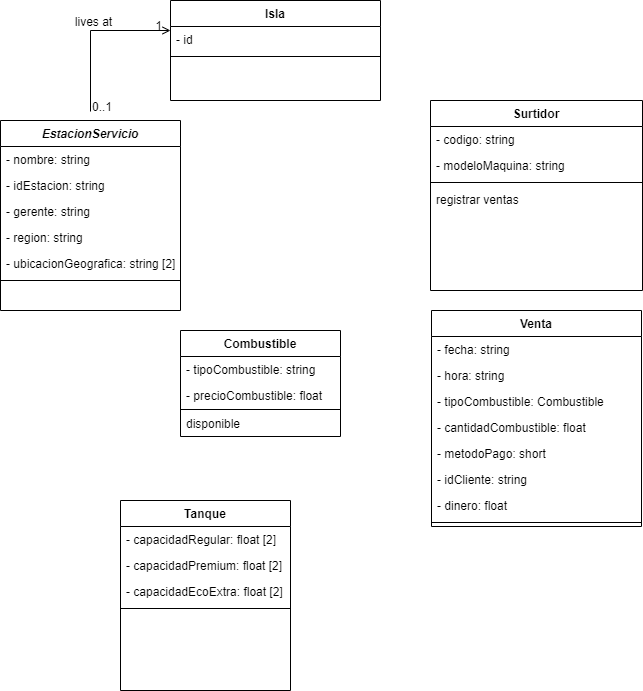
luisca990/Informatica_II_Desaf_II keeps this draw.io diagram as Documentacion/DiagramaClases.png. Above is the earlier version. Source tidied: cells renumbered, new cells last; positions are measured from the earlier drawing's top-left corner, leaving out a move shared by most shapes.
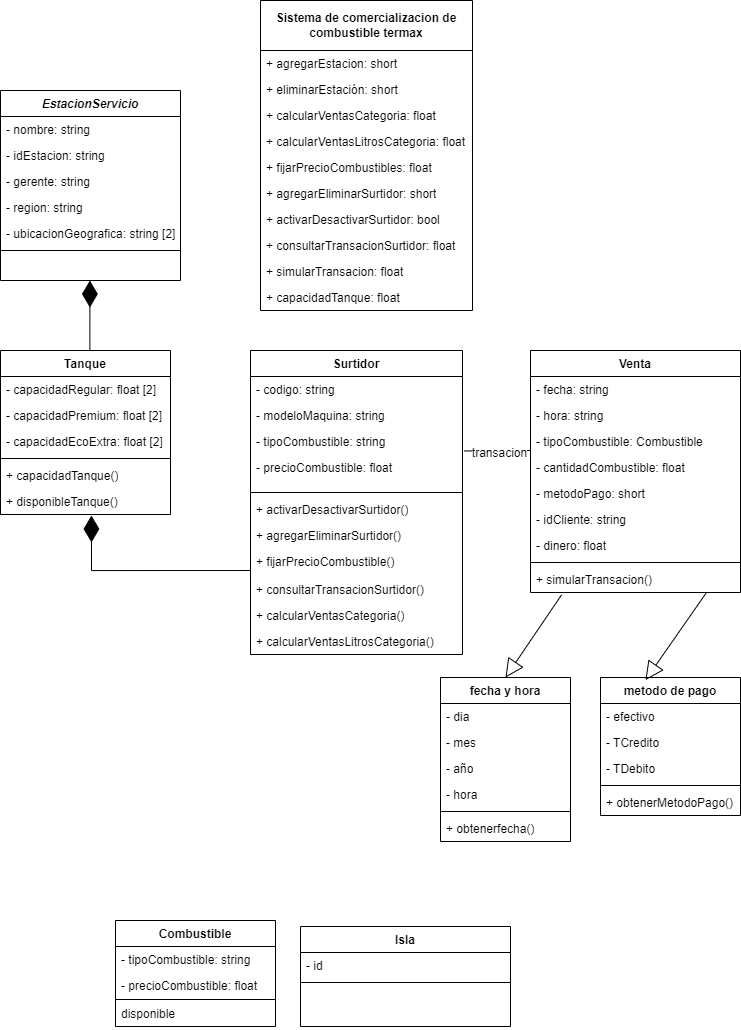
After the commit.

Commit message:
actualizacion al diagrama de clases inicial

What changed in the source:
```diff
@@ -3,7 +3,7 @@
     <mxCell id="0" />
     <mxCell id="1" parent="0" />
     <mxCell id="2" value="EstacionServicio" style="swimlane;fontStyle=3;align=center;verticalAlign=top;horizontal=1;startSize=26;rounded=0;shadow=0;strokeWidth=1;" parent="1" vertex="1">
-      <mxGeometry y="120" width="180" height="190" as="geometry" />
+      <mxGeometry x="-150" y="110" width="180" height="190" as="geometry" />
     </mxCell>
     <mxCell id="3" value="- nombre: string" style="text;align=left;verticalAlign=top;spacingLeft=4;spacingRight=4;overflow=hidden;" parent="2" vertex="1">
       <mxGeometry y="26" width="180" height="26" as="geometry" />
@@ -24,7 +24,7 @@
       <mxGeometry y="156" width="180" height="8" as="geometry" />
     </mxCell>
     <mxCell id="9" value="Tanque" style="swimlane;fontStyle=1;align=center;verticalAlign=top;horizontal=1;startSize=26;rounded=0;shadow=0;strokeWidth=1;" parent="1" vertex="1">
-      <mxGeometry x="120" y="500" width="170" height="190" as="geometry" />
+      <mxGeometry x="-150" y="370" width="170" height="164" as="geometry" />
     </mxCell>
     <mxCell id="10" value="- capacidadRegular: float [2]" style="text;align=left;verticalAlign=top;spacingLeft=4;spacingRight=4;overflow=hidden;rounded=0;shadow=0;html=0;" parent="9" vertex="1">
       <mxGeometry y="26" width="170" height="26" as="geometry" />
@@ -38,8 +38,14 @@
     <mxCell id="13" style="line;html=1;strokeWidth=1;align=left;verticalAlign=middle;spacingTop=-1;spacingLeft=3;spacingRight=3;labelPosition=right;" parent="9" vertex="1">
       <mxGeometry y="104" width="170" height="8" as="geometry" />
     </mxCell>
+    <mxCell id="40" value="+ capacidadTanque()" style="text;strokeColor=none;fillColor=none;align=left;verticalAlign=top;spacingLeft=4;spacingRight=4;overflow=hidden;whiteSpace=wrap;html=1;" parent="9" vertex="1">
+      <mxGeometry y="112" width="170" height="26" as="geometry" />
+    </mxCell>
+    <mxCell id="41" value="+ disponibleTanque()" style="text;strokeColor=none;fillColor=none;align=left;verticalAlign=top;spacingLeft=4;spacingRight=4;overflow=hidden;points=[[0,0.5],[1,0.5]];portConstraint=eastwest;whiteSpace=wrap;html=1;" parent="9" vertex="1">
+      <mxGeometry y="138" width="170" height="26" as="geometry" />
+    </mxCell>
     <mxCell id="14" value="Combustible" style="swimlane;fontStyle=1;align=center;verticalAlign=top;horizontal=1;startSize=26;rounded=0;shadow=0;strokeWidth=1;" parent="1" vertex="1">
-      <mxGeometry x="180" y="330" width="160" height="106" as="geometry" />
+      <mxGeometry x="-35" y="940" width="160" height="106" as="geometry" />
     </mxCell>
     <mxCell id="15" value="- tipoCombustible: string" style="text;align=left;verticalAlign=top;spacingLeft=4;spacingRight=4;overflow=hidden;" parent="14" vertex="1">
       <mxGeometry y="26" width="160" height="26" as="geometry" />
@@ -54,47 +60,43 @@
       <mxGeometry y="80" width="160" height="26" as="geometry" />
     </mxCell>
     <mxCell id="19" value="Surtidor" style="swimlane;fontStyle=1;align=center;verticalAlign=top;horizontal=1;startSize=26;rounded=0;shadow=0;strokeWidth=1;" parent="1" vertex="1">
-      <mxGeometry x="430" y="100" width="212" height="190" as="geometry" />
+      <mxGeometry x="100" y="370" width="212" height="304" as="geometry" />
     </mxCell>
     <mxCell id="20" value="- codigo: string" style="text;align=left;verticalAlign=top;spacingLeft=4;spacingRight=4;overflow=hidden;" parent="19" vertex="1">
       <mxGeometry y="26" width="212" height="26" as="geometry" />
     </mxCell>
+    <mxCell id="42" value="- modeloMaquina: string" style="text;align=left;verticalAlign=top;spacingLeft=4;spacingRight=4;overflow=hidden;rounded=0;shadow=0;html=0;" parent="19" vertex="1">
+      <mxGeometry y="52" width="212" height="26" as="geometry" />
+    </mxCell>
+    <mxCell id="43" value="- tipoCombustible: string" style="text;align=left;verticalAlign=top;spacingLeft=4;spacingRight=4;overflow=hidden;rounded=0;shadow=0;html=0;" parent="19" vertex="1">
+      <mxGeometry y="78" width="212" height="26" as="geometry" />
+    </mxCell>
-    <mxCell id="21" value="- modeloMaquina: string" style="text;align=left;verticalAlign=top;spacingLeft=4;spacingRight=4;overflow=hidden;points=[[0,0.5],[1,0.5]];portConstraint=eastwest;rounded=0;shadow=0;html=0;" parent="19" vertex="1">
-      <mxGeometry y="52" width="212" height="26" as="geometry" />
+    <mxCell id="21" value="- precioCombustible: float" style="text;align=left;verticalAlign=top;spacingLeft=4;spacingRight=4;overflow=hidden;points=[[0,0.5],[1,0.5]];portConstraint=eastwest;rounded=0;shadow=0;html=0;" parent="19" vertex="1">
+      <mxGeometry y="104" width="212" height="34" as="geometry" />
     </mxCell>
     <mxCell id="22" style="line;html=1;strokeWidth=1;align=left;verticalAlign=middle;spacingTop=-1;spacingLeft=3;spacingRight=3;labelPosition=right;" parent="19" vertex="1">
-      <mxGeometry y="78" width="212" height="8" as="geometry" />
+      <mxGeometry y="138" width="212" height="8" as="geometry" />
     </mxCell>
-    <mxCell id="23" value="registrar ventas" style="text;align=left;verticalAlign=top;spacingLeft=4;spacingRight=4;overflow=hidden;" parent="19" vertex="1">
-      <mxGeometry y="86" width="212" height="26" as="geometry" />
-    </mxCell>
-    <mxCell id="24" style="endArrow=open;shadow=0;strokeWidth=1;rounded=0;curved=0;endFill=1;edgeStyle=elbowEdgeStyle;elbow=vertical;entryX=0;entryY=0.5;entryDx=0;entryDy=0;" parent="1" edge="1">
-      <mxGeometry x="0.5" y="41" relative="1" as="geometry">
-        <mxPoint x="90" y="111" as="sourcePoint" />
-        <mxPoint x="170" y="30" as="targetPoint" />
-        <Array as="points">
-          <mxPoint x="110" y="30" />
-        </Array>
-        <mxPoint x="-40" y="32" as="offset" />
-      </mxGeometry>
-    </mxCell>
-    <mxCell id="25" value="0..1" style="align=left;verticalAlign=bottom;labelBackgroundColor=none;fontSize=12;" parent="24" vertex="1">
-      <mxGeometry x="-1" relative="1" as="geometry">
-        <mxPoint y="4" as="offset" />
-      </mxGeometry>
-    </mxCell>
-    <mxCell id="26" value="1" style="align=right;verticalAlign=bottom;labelBackgroundColor=none;fontSize=12;" parent="24" vertex="1">
-      <mxGeometry x="1" relative="1" as="geometry">
-        <mxPoint x="-7" y="4" as="offset" />
-      </mxGeometry>
-    </mxCell>
-    <mxCell id="27" value="lives at" style="text;html=1;align=center;verticalAlign=middle;labelBackgroundColor=none;rounded=0;shadow=0;strokeWidth=1;fontSize=12;" parent="24" vertex="1">
-      <mxGeometry x="0.5" y="49" relative="1" as="geometry">
-        <mxPoint x="-38" y="40" as="offset" />
-      </mxGeometry>
-    </mxCell>
+    <mxCell id="44" value="+ activarDesactivarSurtidor()" style="text;strokeColor=none;fillColor=none;align=left;verticalAlign=top;spacingLeft=4;spacingRight=4;overflow=hidden;whiteSpace=wrap;html=1;" parent="19" vertex="1">
+      <mxGeometry y="146" width="212" height="26" as="geometry" />
+    </mxCell>
+    <mxCell id="45" value="+ agregarEliminarSurtidor()" style="text;strokeColor=none;fillColor=none;align=left;verticalAlign=top;spacingLeft=4;spacingRight=4;overflow=hidden;whiteSpace=wrap;html=1;" parent="19" vertex="1">
+      <mxGeometry y="172" width="212" height="26" as="geometry" />
+    </mxCell>
+    <mxCell id="46" value="+ fijarPrecioCombustible()" style="text;align=left;verticalAlign=top;spacingLeft=4;spacingRight=4;overflow=hidden;points=[[0,0.5],[1,0.5]];portConstraint=eastwest;" parent="19" vertex="1">
+      <mxGeometry y="198" width="212" height="28" as="geometry" />
+    </mxCell>
+    <mxCell id="47" value="+ consultarTransacionSurtidor()" style="text;strokeColor=none;fillColor=none;align=left;verticalAlign=top;spacingLeft=4;spacingRight=4;overflow=hidden;whiteSpace=wrap;html=1;" parent="19" vertex="1">
+      <mxGeometry y="226" width="212" height="26" as="geometry" />
+    </mxCell>
+    <mxCell id="48" value="+ calcularVentasCategoria()" style="text;strokeColor=none;fillColor=none;align=left;verticalAlign=top;spacingLeft=4;spacingRight=4;overflow=hidden;whiteSpace=wrap;html=1;" parent="19" vertex="1">
+      <mxGeometry y="252" width="212" height="26" as="geometry" />
+    </mxCell>
+    <mxCell id="49" value="+ calcularVentasLitrosCategoria()" style="text;strokeColor=none;fillColor=none;align=left;verticalAlign=top;spacingLeft=4;spacingRight=4;overflow=hidden;whiteSpace=wrap;html=1;" parent="19" vertex="1">
+      <mxGeometry y="278" width="212" height="26" as="geometry" />
+    </mxCell>
     <mxCell id="28" value="Venta" style="swimlane;fontStyle=1;align=center;verticalAlign=top;horizontal=1;startSize=26;rounded=0;shadow=0;strokeWidth=1;" parent="1" vertex="1">
-      <mxGeometry x="431" y="310" width="210" height="216" as="geometry" />
+      <mxGeometry x="380" y="370" width="210" height="242" as="geometry" />
     </mxCell>
     <mxCell id="29" value="- fecha: string" style="text;align=left;verticalAlign=top;spacingLeft=4;spacingRight=4;overflow=hidden;" parent="28" vertex="1">
       <mxGeometry y="26" width="210" height="26" as="geometry" />
@@ -114,14 +116,17 @@
     <mxCell id="34" value="- idCliente: string" style="text;align=left;verticalAlign=top;spacingLeft=4;spacingRight=4;overflow=hidden;" parent="28" vertex="1">
       <mxGeometry y="156" width="210" height="26" as="geometry" />
     </mxCell>
+    <mxCell id="50" value="- dinero: float" style="text;align=left;verticalAlign=top;spacingLeft=4;spacingRight=4;overflow=hidden;" parent="28" vertex="1">
+      <mxGeometry y="182" width="210" height="26" as="geometry" />
+    </mxCell>
+    <mxCell id="36" style="line;html=1;strokeWidth=1;align=left;verticalAlign=middle;spacingTop=-1;spacingLeft=3;spacingRight=3;labelPosition=right;" parent="28" vertex="1">
+      <mxGeometry y="208" width="210" height="8" as="geometry" />
+    </mxCell>
-    <mxCell id="35" value="- dinero: float" style="text;align=left;verticalAlign=top;spacingLeft=4;spacingRight=4;overflow=hidden;points=[[0,0.5],[1,0.5]];portConstraint=eastwest;" parent="28" vertex="1">
-      <mxGeometry y="182" width="210" height="26" as="geometry" />
+    <mxCell id="35" value="+ simularTransacion()" style="text;align=left;verticalAlign=top;spacingLeft=4;spacingRight=4;overflow=hidden;points=[[0,0.5],[1,0.5]];portConstraint=eastwest;" parent="28" vertex="1">
+      <mxGeometry y="216" width="210" height="26" as="geometry" />
     </mxCell>
-    <mxCell id="36" style="line;html=1;strokeWidth=1;align=left;verticalAlign=middle;spacingTop=-1;spacingLeft=3;spacingRight=3;labelPosition=right;" parent="28" vertex="1">
-      <mxGeometry y="208" width="210" height="8" as="geometry" />
-    </mxCell>
     <mxCell id="37" value="Isla" style="swimlane;fontStyle=1;align=center;verticalAlign=top;horizontal=1;startSize=26;rounded=0;shadow=0;strokeWidth=1;" parent="1" vertex="1">
-      <mxGeometry x="170" width="210" height="100" as="geometry" />
+      <mxGeometry x="150" y="946" width="210" height="100" as="geometry" />
     </mxCell>
     <mxCell id="38" value="- id" style="text;align=left;verticalAlign=top;spacingLeft=4;spacingRight=4;overflow=hidden;" parent="37" vertex="1">
       <mxGeometry y="26" width="210" height="26" as="geometry" />
@@ -129,5 +134,109 @@
     <mxCell id="39" style="line;html=1;strokeWidth=1;align=left;verticalAlign=middle;spacingTop=-1;spacingLeft=3;spacingRight=3;labelPosition=right;" parent="37" vertex="1">
       <mxGeometry y="52" width="210" height="8" as="geometry" />
     </mxCell>
+    <mxCell id="51" style="endArrow=diamondThin;endFill=1;endSize=24;html=1;rounded=0;fontSize=12;curved=1;exitX=0.588;exitY=0;exitDx=0;exitDy=0;exitPerimeter=0;" parent="1" edge="1">
+      <mxGeometry relative="1" as="geometry">
+        <mxPoint x="-60.6" y="370" as="sourcePoint" />
+        <mxPoint x="-60.6" y="300" as="targetPoint" />
+      </mxGeometry>
+    </mxCell>
+    <mxCell id="52" value="&lt;b&gt;Sistema de comercializacion de combustible termax&lt;/b&gt;" style="swimlane;fontStyle=0;horizontal=1;startSize=50;fillColor=none;whiteSpace=wrap;html=1;" parent="1" vertex="1">
+      <mxGeometry x="110" y="20" width="212" height="310" as="geometry" />
+    </mxCell>
+    <mxCell id="53" value="+ agregarEstacion: short" style="text;strokeColor=none;fillColor=none;align=left;verticalAlign=top;spacingLeft=4;spacingRight=4;overflow=hidden;whiteSpace=wrap;html=1;" parent="52" vertex="1">
+      <mxGeometry y="50" width="212" height="26" as="geometry" />
+    </mxCell>
+    <mxCell id="54" value="+ eliminarEstación: short" style="text;strokeColor=none;fillColor=none;align=left;verticalAlign=top;spacingLeft=4;spacingRight=4;overflow=hidden;whiteSpace=wrap;html=1;" parent="52" vertex="1">
+      <mxGeometry y="76" width="212" height="26" as="geometry" />
+    </mxCell>
+    <mxCell id="55" value="+ calcularVentasCategoria: float" style="text;strokeColor=none;fillColor=none;align=left;verticalAlign=top;spacingLeft=4;spacingRight=4;overflow=hidden;whiteSpace=wrap;html=1;" parent="52" vertex="1">
+      <mxGeometry y="102" width="212" height="26" as="geometry" />
+    </mxCell>
+    <mxCell id="56" value="+ calcularVentasLitrosCategoria: float" style="text;strokeColor=none;fillColor=none;align=left;verticalAlign=top;spacingLeft=4;spacingRight=4;overflow=hidden;whiteSpace=wrap;html=1;" parent="52" vertex="1">
+      <mxGeometry y="128" width="212" height="26" as="geometry" />
+    </mxCell>
+    <mxCell id="57" value="+ fijarPrecioCombustibles: float" style="text;strokeColor=none;fillColor=none;align=left;verticalAlign=top;spacingLeft=4;spacingRight=4;overflow=hidden;whiteSpace=wrap;html=1;" parent="52" vertex="1">
+      <mxGeometry y="154" width="212" height="26" as="geometry" />
+    </mxCell>
+    <mxCell id="58" value="+ agregarEliminarSurtidor: short" style="text;strokeColor=none;fillColor=none;align=left;verticalAlign=top;spacingLeft=4;spacingRight=4;overflow=hidden;whiteSpace=wrap;html=1;" parent="52" vertex="1">
+      <mxGeometry y="180" width="212" height="26" as="geometry" />
+    </mxCell>
+    <mxCell id="59" value="+ activarDesactivarSurtidor: bool" style="text;strokeColor=none;fillColor=none;align=left;verticalAlign=top;spacingLeft=4;spacingRight=4;overflow=hidden;whiteSpace=wrap;html=1;" parent="52" vertex="1">
+      <mxGeometry y="206" width="212" height="26" as="geometry" />
+    </mxCell>
+    <mxCell id="60" value="+ consultarTransacionSurtidor: float&amp;nbsp;" style="text;strokeColor=none;fillColor=none;align=left;verticalAlign=top;spacingLeft=4;spacingRight=4;overflow=hidden;whiteSpace=wrap;html=1;" parent="52" vertex="1">
+      <mxGeometry y="232" width="212" height="26" as="geometry" />
+    </mxCell>
+    <mxCell id="61" value="+ simularTransacion: float" style="text;strokeColor=none;fillColor=none;align=left;verticalAlign=top;spacingLeft=4;spacingRight=4;overflow=hidden;whiteSpace=wrap;html=1;" parent="52" vertex="1">
+      <mxGeometry y="258" width="212" height="26" as="geometry" />
+    </mxCell>
+    <mxCell id="62" value="+ capacidadTanque: float" style="text;strokeColor=none;fillColor=none;align=left;verticalAlign=top;spacingLeft=4;spacingRight=4;overflow=hidden;whiteSpace=wrap;html=1;" parent="52" vertex="1">
+      <mxGeometry y="284" width="212" height="26" as="geometry" />
+    </mxCell>
+    <mxCell id="63" style="endArrow=none;html=1;edgeStyle=orthogonalEdgeStyle;rounded=0;fontSize=12;startSize=8;endSize=8;curved=1;entryX=0;entryY=0.846;entryDx=0;entryDy=0;entryPerimeter=0;exitX=1.009;exitY=-0.104;exitDx=0;exitDy=0;exitPerimeter=0;" parent="1" edge="1" source="21" target="31">
+      <mxGeometry relative="1" as="geometry">
+        <Array as="points">
+          <mxPoint x="330" y="470" />
+          <mxPoint x="330" y="470" />
+        </Array>
+      </mxGeometry>
+    </mxCell>
+    <mxCell id="64" value="transacion" style="edgeLabel;html=1;align=center;verticalAlign=middle;fontSize=12;" parent="63" vertex="1">
+      <mxGeometry x="0.06" y="-2" relative="1" as="geometry" />
+    </mxCell>
+    <mxCell id="65" style="endArrow=diamondThin;endFill=1;endSize=24;html=1;rounded=0;fontSize=12;edgeStyle=orthogonalEdgeStyle;exitX=0;exitY=0.786;exitDx=0;exitDy=0;entryX=0.535;entryY=1.038;entryDx=0;entryDy=0;entryPerimeter=0;exitPerimeter=0;" parent="1" edge="1" source="46" target="41">
+      <mxGeometry relative="1" as="geometry">
+        <Array as="points">
+          <mxPoint x="-59" y="590" />
+        </Array>
+      </mxGeometry>
+    </mxCell>
+    <mxCell id="66" value="fecha y hora" style="swimlane;fontStyle=1;align=center;verticalAlign=top;horizontal=1;startSize=26;whiteSpace=wrap;html=1;" parent="1" vertex="1">
+      <mxGeometry x="290" y="697" width="130" height="164" as="geometry" />
+    </mxCell>
+    <mxCell id="67" value="- dia&lt;div&gt;&lt;br&gt;&lt;/div&gt;" style="text;strokeColor=none;fillColor=none;align=left;verticalAlign=top;spacingLeft=4;spacingRight=4;overflow=hidden;whiteSpace=wrap;html=1;" parent="66" vertex="1">
+      <mxGeometry y="26" width="130" height="26" as="geometry" />
+    </mxCell>
+    <mxCell id="68" value="- mes" style="text;strokeColor=none;fillColor=none;align=left;verticalAlign=top;spacingLeft=4;spacingRight=4;overflow=hidden;whiteSpace=wrap;html=1;" parent="66" vertex="1">
+      <mxGeometry y="52" width="130" height="26" as="geometry" />
+    </mxCell>
+    <mxCell id="69" value="- año" style="text;strokeColor=none;fillColor=none;align=left;verticalAlign=top;spacingLeft=4;spacingRight=4;overflow=hidden;whiteSpace=wrap;html=1;" parent="66" vertex="1">
+      <mxGeometry y="78" width="130" height="26" as="geometry" />
+    </mxCell>
+    <mxCell id="70" value="- hora" style="text;strokeColor=none;fillColor=none;align=left;verticalAlign=top;spacingLeft=4;spacingRight=4;overflow=hidden;whiteSpace=wrap;html=1;" parent="66" vertex="1">
+      <mxGeometry y="104" width="130" height="26" as="geometry" />
+    </mxCell>
+    <mxCell id="71" style="line;strokeWidth=1;fillColor=none;align=left;verticalAlign=middle;spacingTop=-1;spacingLeft=3;spacingRight=3;labelPosition=right;strokeColor=inherit;" parent="66" vertex="1">
+      <mxGeometry y="130" width="130" height="8" as="geometry" />
+    </mxCell>
+    <mxCell id="72" value="+ obtenerfecha()" style="text;strokeColor=none;fillColor=none;align=left;verticalAlign=top;spacingLeft=4;spacingRight=4;overflow=hidden;whiteSpace=wrap;html=1;" parent="66" vertex="1">
+      <mxGeometry y="138" width="130" height="26" as="geometry" />
+    </mxCell>
+    <mxCell id="73" value="metodo de pago" style="swimlane;fontStyle=1;align=center;verticalAlign=top;horizontal=1;startSize=26;whiteSpace=wrap;html=1;" parent="1" vertex="1">
+      <mxGeometry x="450" y="697" width="140" height="138" as="geometry" />
+    </mxCell>
+    <mxCell id="74" value="- efectivo" style="text;strokeColor=none;fillColor=none;align=left;verticalAlign=top;spacingLeft=4;spacingRight=4;overflow=hidden;whiteSpace=wrap;html=1;" parent="73" vertex="1">
+      <mxGeometry y="26" width="140" height="26" as="geometry" />
+    </mxCell>
+    <mxCell id="75" value="- TCredito" style="text;strokeColor=none;fillColor=none;align=left;verticalAlign=top;spacingLeft=4;spacingRight=4;overflow=hidden;whiteSpace=wrap;html=1;" parent="73" vertex="1">
+      <mxGeometry y="52" width="140" height="26" as="geometry" />
+    </mxCell>
+    <mxCell id="76" value="- TDebito" style="text;strokeColor=none;fillColor=none;align=left;verticalAlign=top;spacingLeft=4;spacingRight=4;overflow=hidden;whiteSpace=wrap;html=1;" parent="73" vertex="1">
+      <mxGeometry y="78" width="140" height="26" as="geometry" />
+    </mxCell>
+    <mxCell id="77" style="line;strokeWidth=1;fillColor=none;align=left;verticalAlign=middle;spacingTop=-1;spacingLeft=3;spacingRight=3;labelPosition=right;strokeColor=inherit;" parent="73" vertex="1">
+      <mxGeometry y="104" width="140" height="8" as="geometry" />
+    </mxCell>
+    <mxCell id="78" value="+ obtenerMetodoPago()" style="text;strokeColor=none;fillColor=none;align=left;verticalAlign=top;spacingLeft=4;spacingRight=4;overflow=hidden;whiteSpace=wrap;html=1;" parent="73" vertex="1">
+      <mxGeometry y="112" width="140" height="26" as="geometry" />
+    </mxCell>
+    <mxCell id="79" style="endArrow=block;endSize=16;endFill=0;html=1;rounded=0;fontSize=12;curved=1;exitX=0.148;exitY=1.09;exitDx=0;exitDy=0;exitPerimeter=0;entryX=0.5;entryY=0;entryDx=0;entryDy=0;" parent="1" edge="1" source="35" target="66">
+      <mxGeometry relative="1" as="geometry" />
+    </mxCell>
+    <mxCell id="80" style="endArrow=block;endSize=16;endFill=0;html=1;rounded=0;fontSize=12;curved=1;exitX=0.148;exitY=1.09;exitDx=0;exitDy=0;exitPerimeter=0;entryX=0.321;entryY=0.019;entryDx=0;entryDy=0;entryPerimeter=0;" parent="1" edge="1" target="73">
+      <mxGeometry relative="1" as="geometry">
+        <mxPoint x="556" y="612" as="sourcePoint" />
+      </mxGeometry>
+    </mxCell>
   </root>
 </mxGraphModel>
```
